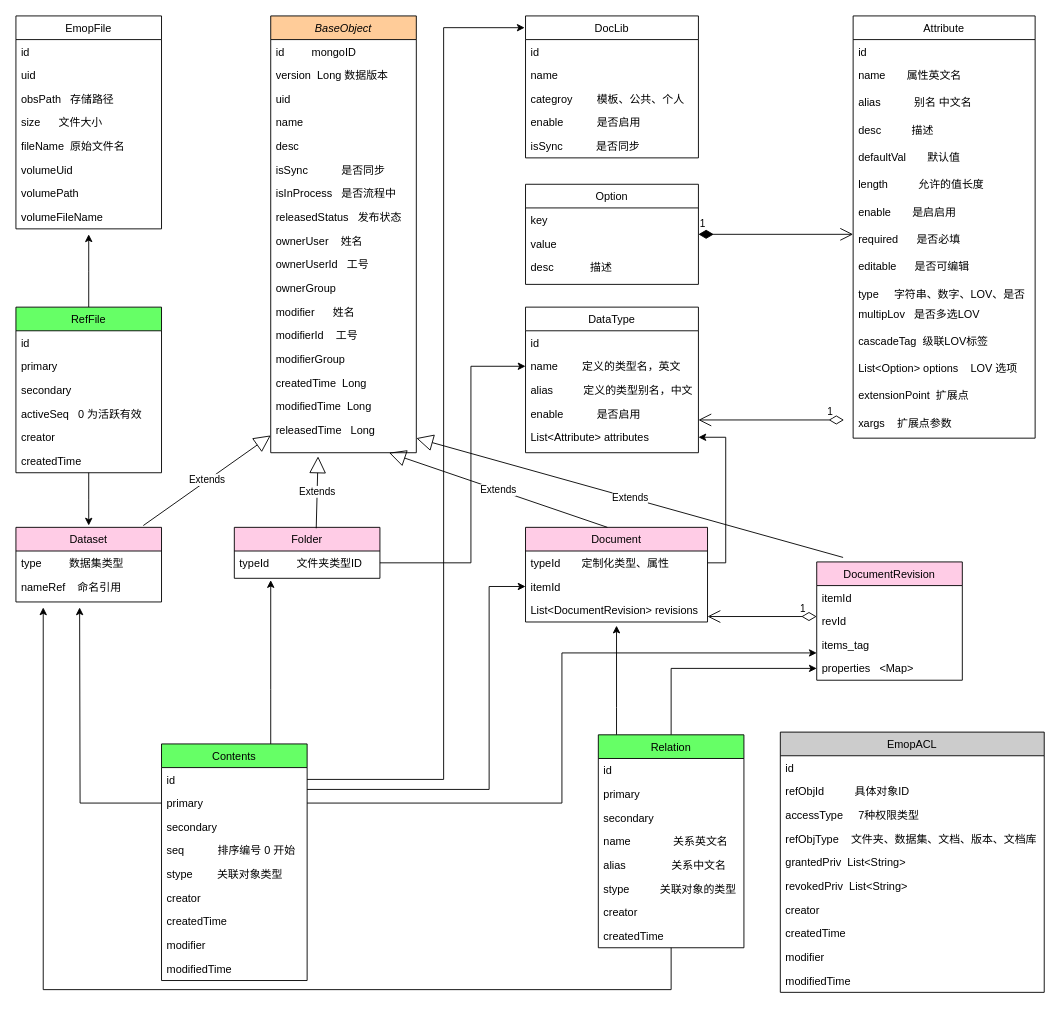
Earlier version of the draw.io diagram doc.drawio (lvmq/emop). Source tidied: cells renumbered, new cells numbered last; positions are measured from the earlier drawing's top-left corner, leaving out a move shared by most shapes. Both pictures are drawn from the tidied source at 91%, with x=0, y=0 at pixel (15, 15).
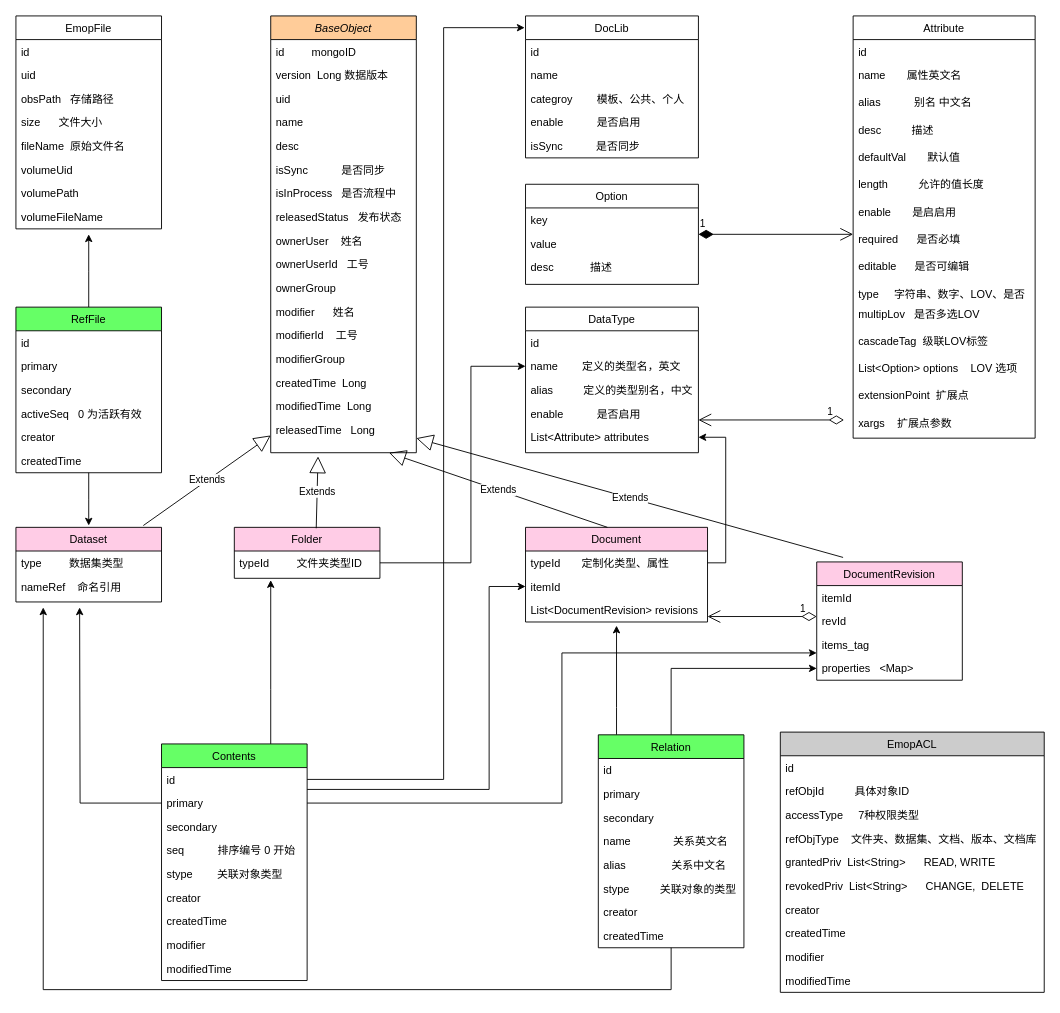
The same page after the edit.

Commit message:
add more detail for acl

The change refers to these unchanged cells:
```xml
<mxCell id="120" value="EmopACL" style="swimlane;fontStyle=0;align=center;verticalAlign=top;horizontal=1;startSize=26;rounded=0;shadow=0;strokeWidth=1;fillColor=#CCCCCC;" parent="1" vertex="1">
  <mxGeometry x="840" y="787" width="290" height="286" as="geometry" />
</mxCell>
```

Change to the diagram source:
```diff
@@
-    <mxCell id="125" value="grantedPriv  List&lt;String&gt;" style="text;align=left;verticalAlign=top;spacingLeft=4;spacingRight=4;overflow=hidden;" parent="120" vertex="1">
+    <mxCell id="125" value="grantedPriv  List&lt;String&gt;      READ, WRITE" style="text;align=left;verticalAlign=top;spacingLeft=4;spacingRight=4;overflow=hidden;" parent="120" vertex="1">
       <mxGeometry y="130" width="290" height="26" as="geometry" />
     </mxCell>
-    <mxCell id="126" value="revokedPriv  List&lt;String&gt;" style="text;align=left;verticalAlign=top;spacingLeft=4;spacingRight=4;overflow=hidden;" parent="120" vertex="1">
+    <mxCell id="126" value="revokedPriv  List&lt;String&gt;      CHANGE,  DELETE" style="text;align=left;verticalAlign=top;spacingLeft=4;spacingRight=4;overflow=hidden;" parent="120" vertex="1">
       <mxGeometry y="156" width="290" height="26" as="geometry" />
     </mxCell>
```
